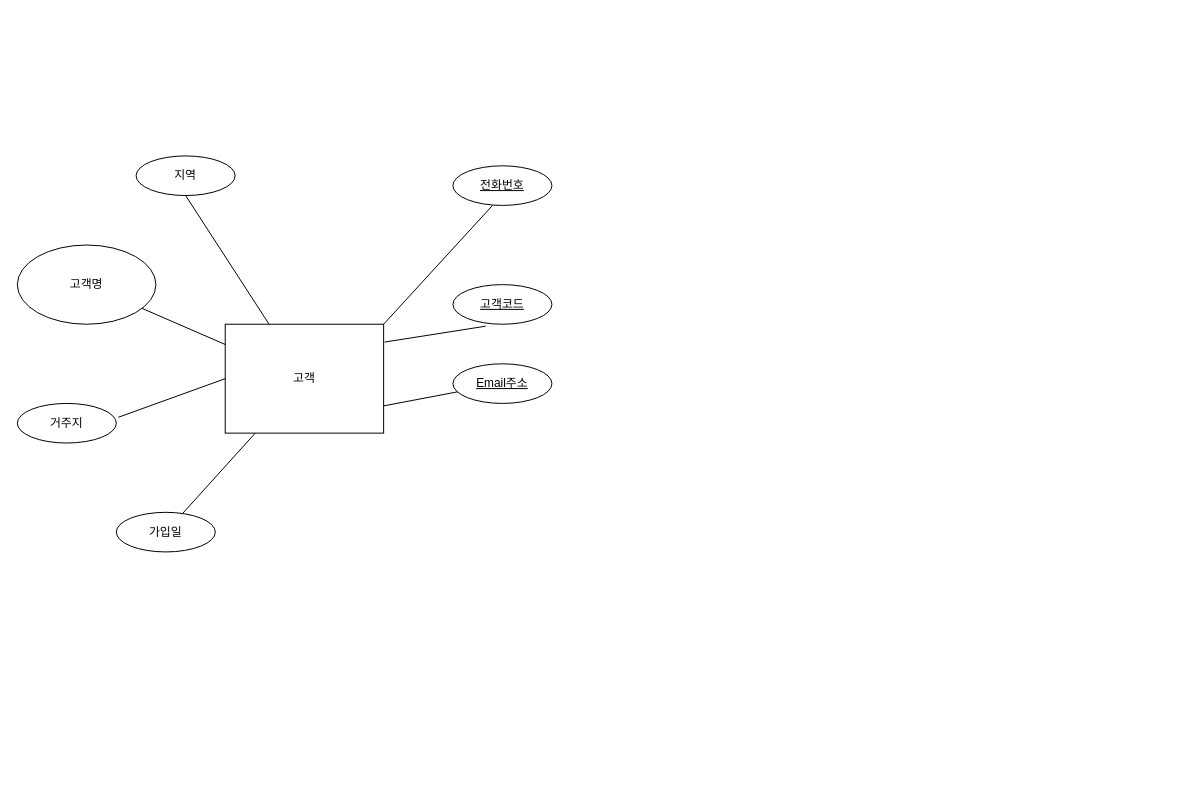
beenzino12/Ai8_Erd keeps this draw.io diagram as page "페이지-1" (1 of 2) of Erd1.drawio. Above is the earlier version. Source tidied: cells renumbered, new cells numbered last; positions are measured from the earlier drawing's top-left corner, leaving out a move shared by most shapes. Both pictures are drawn from the tidied source at 99%, with x=0, y=0 at pixel (17, 155).
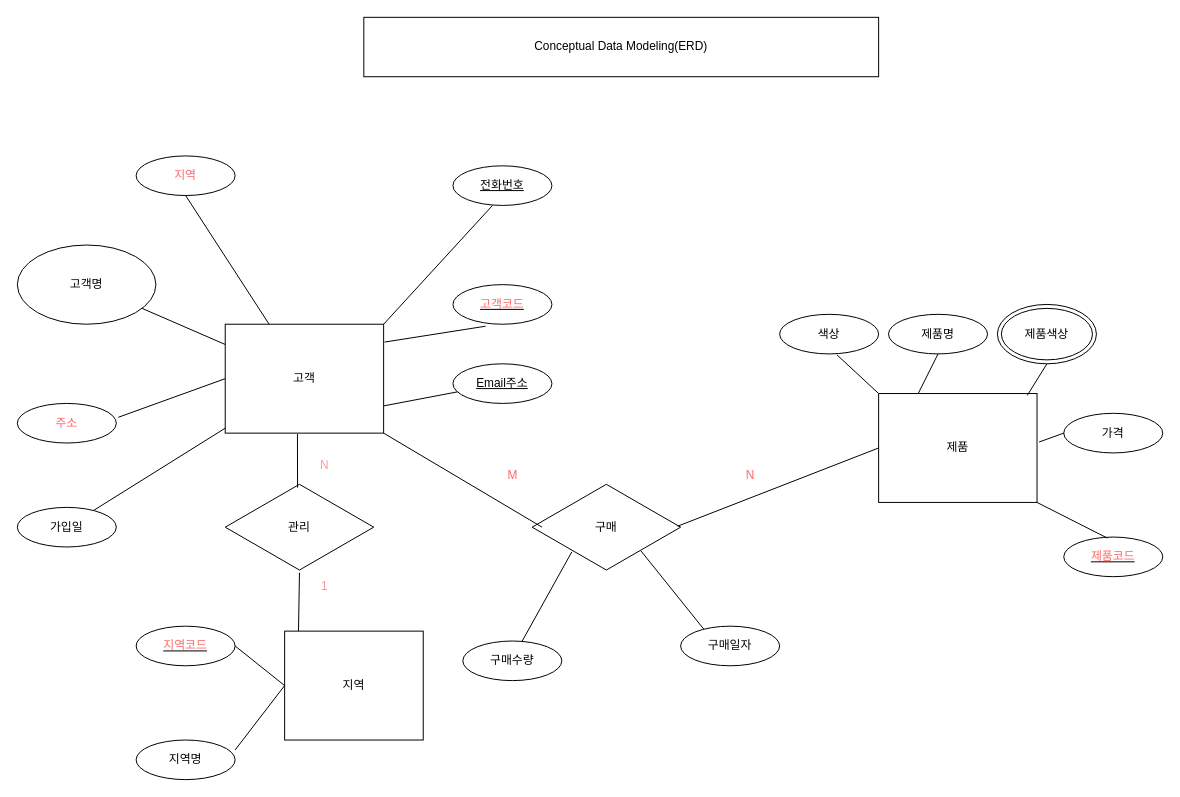
The same page after the edit.

The change refers to these unchanged cells:
```xml
<mxCell id="2" value="고객" style="whiteSpace=wrap;html=1;align=center;" parent="1" vertex="1">
  <mxGeometry x="210" y="170" width="160" height="110" as="geometry" />
</mxCell>
```

Change to the diagram source:
```diff
@@
     <mxCell id="5" value="가입일" style="ellipse;whiteSpace=wrap;html=1;align=center;" parent="1" vertex="1">
-      <mxGeometry x="100" y="360" width="100" height="40" as="geometry" />
+      <mxGeometry y="355" width="100" height="40" as="geometry" />
     </mxCell>
@@
-    <mxCell id="7" value="거주지" style="ellipse;whiteSpace=wrap;html=1;align=center;" parent="1" vertex="1">
+    <mxCell id="7" value="&lt;font color=&quot;#ff6666&quot;&gt;주소&lt;/font&gt;" style="ellipse;whiteSpace=wrap;html=1;align=center;" parent="1" vertex="1">
       <mxGeometry y="250" width="100" height="40" as="geometry" />
     </mxCell>
-    <mxCell id="8" value="지역" style="ellipse;whiteSpace=wrap;html=1;align=center;" parent="1" vertex="1">
+    <mxCell id="8" value="&lt;font color=&quot;#ff6666&quot;&gt;지역&lt;/font&gt;" style="ellipse;whiteSpace=wrap;html=1;align=center;" parent="1" vertex="1">
       <mxGeometry x="120" width="100" height="40" as="geometry" />
     </mxCell>
@@
-    <mxCell id="15" value="&lt;u&gt;고객코드&lt;/u&gt;" style="ellipse;whiteSpace=wrap;html=1;align=center;" parent="1" vertex="1">
+    <mxCell id="15" value="&lt;u&gt;&lt;font color=&quot;#ff6666&quot;&gt;고객코드&lt;/font&gt;&lt;/u&gt;" style="ellipse;whiteSpace=wrap;html=1;align=center;" parent="1" vertex="1">
       <mxGeometry x="440" y="130" width="100" height="40" as="geometry" />
     </mxCell>
@@
+    <mxCell id="17" value="지역" style="rounded=0;whiteSpace=wrap;html=1;" parent="1" vertex="1">
+      <mxGeometry x="270" y="480" width="140" height="110" as="geometry" />
+    </mxCell>
+    <mxCell id="18" value="지역명" style="ellipse;whiteSpace=wrap;html=1;align=center;" parent="1" vertex="1">
+      <mxGeometry x="120" y="590" width="100" height="40" as="geometry" />
+    </mxCell>
+    <mxCell id="19" value="&lt;u&gt;&lt;font color=&quot;#ff6666&quot;&gt;지역코드&lt;/font&gt;&lt;/u&gt;" style="ellipse;whiteSpace=wrap;html=1;align=center;" parent="1" vertex="1">
+      <mxGeometry x="120" y="475" width="100" height="40" as="geometry" />
+    </mxCell>
+    <mxCell id="20" value="&lt;u&gt;&lt;font color=&quot;#ff6666&quot;&gt;제품코드&lt;/font&gt;&lt;/u&gt;" style="ellipse;whiteSpace=wrap;html=1;align=center;" parent="1" vertex="1">
+      <mxGeometry x="1057" y="385" width="100" height="40" as="geometry" />
+    </mxCell>
+    <mxCell id="21" style="endArrow=none;html=1;rounded=0;exitX=1;exitY=0.5;exitDx=0;exitDy=0;entryX=0;entryY=0.5;entryDx=0;entryDy=0;" parent="1" edge="1" source="19" target="17">
+      <mxGeometry relative="1" as="geometry" />
+    </mxCell>
+    <mxCell id="22" style="endArrow=none;html=1;rounded=0;exitX=1;exitY=0.25;exitDx=0;exitDy=0;entryX=0;entryY=0.5;entryDx=0;entryDy=0;exitPerimeter=0;" parent="1" edge="1" target="17">
+      <mxGeometry relative="1" as="geometry">
+        <mxPoint x="220" y="600" as="sourcePoint" />
+      </mxGeometry>
+    </mxCell>
+    <mxCell id="23" value="제품" style="whiteSpace=wrap;html=1;align=center;" parent="1" vertex="1">
+      <mxGeometry x="870" y="240" width="160" height="110" as="geometry" />
+    </mxCell>
+    <mxCell id="24" value="색상" style="ellipse;whiteSpace=wrap;html=1;align=center;" parent="1" vertex="1">
+      <mxGeometry x="770" y="160" width="100" height="40" as="geometry" />
+    </mxCell>
+    <mxCell id="25" value="제품명" style="ellipse;whiteSpace=wrap;html=1;align=center;" parent="1" vertex="1">
+      <mxGeometry x="880" y="160" width="100" height="40" as="geometry" />
+    </mxCell>
+    <mxCell id="26" style="endArrow=none;html=1;rounded=0;entryX=0.25;entryY=0;entryDx=0;entryDy=0;exitX=0.5;exitY=1;exitDx=0;exitDy=0;" parent="1" edge="1" source="25" target="23">
+      <mxGeometry relative="1" as="geometry" />
+    </mxCell>
+    <mxCell id="27" style="endArrow=none;html=1;rounded=0;entryX=0.58;entryY=1.025;entryDx=0;entryDy=0;exitX=0;exitY=0;exitDx=0;exitDy=0;entryPerimeter=0;" parent="1" edge="1" source="23" target="24">
+      <mxGeometry relative="1" as="geometry" />
+    </mxCell>
+    <mxCell id="28" style="endArrow=none;html=1;rounded=0;entryX=0.44;entryY=0.025;entryDx=0;entryDy=0;exitX=1;exitY=1;exitDx=0;exitDy=0;entryPerimeter=0;" parent="1" edge="1" source="23" target="20">
+      <mxGeometry relative="1" as="geometry" />
+    </mxCell>
+    <mxCell id="29" style="endArrow=none;html=1;rounded=0;entryX=0.938;entryY=0.018;entryDx=0;entryDy=0;exitX=0.5;exitY=1;exitDx=0;exitDy=0;entryPerimeter=0;" parent="1" edge="1" target="23">
+      <mxGeometry relative="1" as="geometry">
+        <mxPoint x="1040" y="210" as="sourcePoint" />
+      </mxGeometry>
+    </mxCell>
+    <mxCell id="30" value="가격" style="ellipse;whiteSpace=wrap;html=1;align=center;" parent="1" vertex="1">
+      <mxGeometry x="1057" y="260" width="100" height="40" as="geometry" />
+    </mxCell>
+    <mxCell id="31" style="endArrow=none;html=1;rounded=0;entryX=1.013;entryY=0.445;entryDx=0;entryDy=0;exitX=0;exitY=0.5;exitDx=0;exitDy=0;entryPerimeter=0;" parent="1" edge="1" source="30" target="23">
+      <mxGeometry relative="1" as="geometry" />
+    </mxCell>
+    <mxCell id="32" value="제품색상" style="ellipse;shape=doubleEllipse;whiteSpace=wrap;html=1;" parent="1" vertex="1">
+      <mxGeometry x="990" y="150" width="100" height="60" as="geometry" />
+    </mxCell>
+    <mxCell id="33" value="관리" style="html=1;whiteSpace=wrap;shape=isoRectangle;" parent="1" vertex="1">
+      <mxGeometry x="210" y="330" width="150" height="90" as="geometry" />
+    </mxCell>
+    <mxCell id="34" style="endArrow=none;html=1;rounded=0;entryX=0.456;entryY=1.009;entryDx=0;entryDy=0;entryPerimeter=0;exitX=0.487;exitY=0.056;exitDx=0;exitDy=0;exitPerimeter=0;" parent="1" edge="1" source="33" target="2">
+      <mxGeometry relative="1" as="geometry" />
+    </mxCell>
+    <mxCell id="35" style="endArrow=none;html=1;rounded=0;exitX=0.1;exitY=0;exitDx=0;exitDy=0;entryX=0.5;entryY=1.011;entryDx=0;entryDy=0;entryPerimeter=0;exitPerimeter=0;" parent="1" edge="1" source="17" target="33">
+      <mxGeometry relative="1" as="geometry" />
+    </mxCell>
+    <mxCell id="36" value="구매" style="html=1;whiteSpace=wrap;shape=isoRectangle;" parent="1" vertex="1">
+      <mxGeometry x="520" y="330" width="150" height="90" as="geometry" />
+    </mxCell>
+    <mxCell id="37" style="endArrow=none;html=1;rounded=0;entryX=1;entryY=1;entryDx=0;entryDy=0;exitX=0.067;exitY=0.5;exitDx=0;exitDy=0;exitPerimeter=0;" parent="1" edge="1" source="36" target="2">
+      <mxGeometry relative="1" as="geometry" />
+    </mxCell>
+    <mxCell id="38" style="endArrow=none;html=1;rounded=0;entryX=0.98;entryY=0.489;entryDx=0;entryDy=0;entryPerimeter=0;exitX=0;exitY=0.5;exitDx=0;exitDy=0;" parent="1" edge="1" source="23" target="36">
+      <mxGeometry relative="1" as="geometry" />
+    </mxCell>
+    <mxCell id="39" style="endArrow=none;html=1;rounded=0;entryX=0.733;entryY=0.767;entryDx=0;entryDy=0;entryPerimeter=0;" parent="1" edge="1" target="36">
+      <mxGeometry relative="1" as="geometry">
+        <mxPoint x="695" y="480" as="sourcePoint" />
+      </mxGeometry>
+    </mxCell>
+    <mxCell id="40" style="endArrow=none;html=1;rounded=0;entryX=0.267;entryY=0.778;entryDx=0;entryDy=0;entryPerimeter=0;" parent="1" edge="1" target="36">
+      <mxGeometry relative="1" as="geometry">
+        <mxPoint x="510" y="490" as="sourcePoint" />
+      </mxGeometry>
+    </mxCell>
+    <mxCell id="41" value="구매수량" style="ellipse;whiteSpace=wrap;html=1;align=center;" parent="1" vertex="1">
+      <mxGeometry x="450" y="490" width="100" height="40" as="geometry" />
+    </mxCell>
+    <mxCell id="42" value="구매일자" style="ellipse;whiteSpace=wrap;html=1;align=center;" parent="1" vertex="1">
+      <mxGeometry x="670" y="475" width="100" height="40" as="geometry" />
+    </mxCell>
+    <mxCell id="43" value="Conceptual Data Modeling(ERD)" style="rounded=0;whiteSpace=wrap;html=1;" parent="1" vertex="1">
+      <mxGeometry x="350" y="-140" width="520" height="60" as="geometry" />
+    </mxCell>
+    <mxCell id="44" value="&lt;font color=&quot;#ff9999&quot;&gt;1&lt;/font&gt;" style="text;html=1;align=center;verticalAlign=middle;strokeColor=none;fillColor=none;" parent="1" vertex="1">
+      <mxGeometry x="295" y="420" width="30" height="30" as="geometry" />
+    </mxCell>
+    <mxCell id="45" value="&lt;font color=&quot;#ff9999&quot;&gt;N&lt;/font&gt;" style="text;html=1;align=center;verticalAlign=middle;strokeColor=none;fillColor=none;" parent="1" vertex="1">
+      <mxGeometry x="295" y="298" width="30" height="30" as="geometry" />
+    </mxCell>
+    <mxCell id="46" value="&lt;font color=&quot;#ff6666&quot;&gt;M&lt;/font&gt;" style="text;html=1;align=center;verticalAlign=middle;strokeColor=none;fillColor=none;" parent="1" vertex="1">
+      <mxGeometry x="485" y="308" width="30" height="30" as="geometry" />
+    </mxCell>
+    <mxCell id="47" value="&lt;font color=&quot;#ff6666&quot;&gt;N&lt;/font&gt;" style="text;html=1;align=center;verticalAlign=middle;strokeColor=none;fillColor=none;" parent="1" vertex="1">
+      <mxGeometry x="725" y="308" width="30" height="30" as="geometry" />
+    </mxCell>
```
